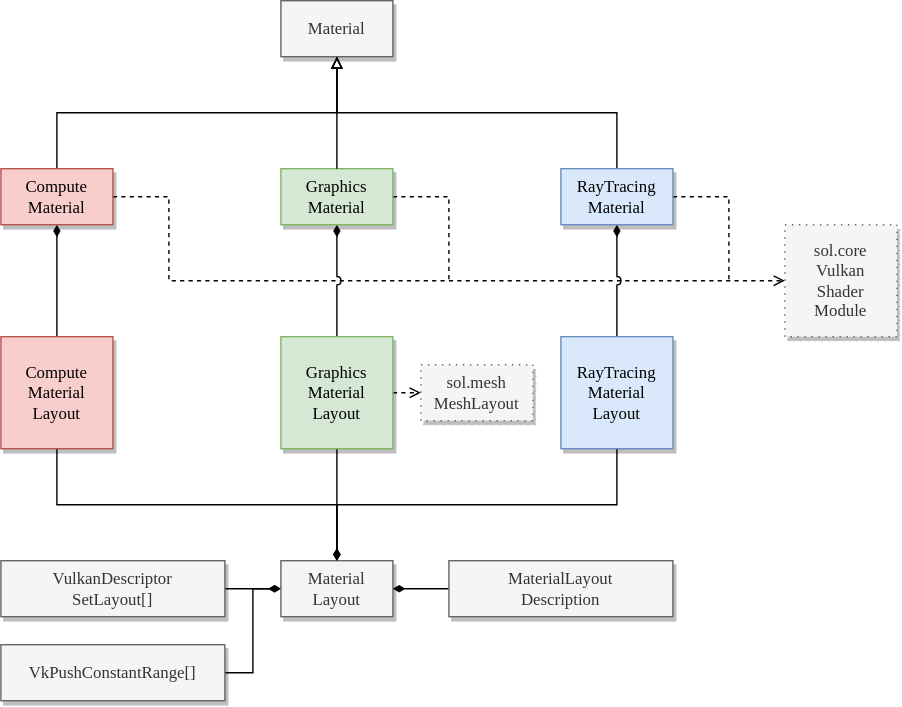
Above: _static/images/material/material_class_diagram.svg in TimZoet/SOL-manual (draw.io), before the change. Source tidied: cells renumbered, new cells last; positions are measured from the earlier drawing's top-left corner, leaving out a move shared by most shapes.
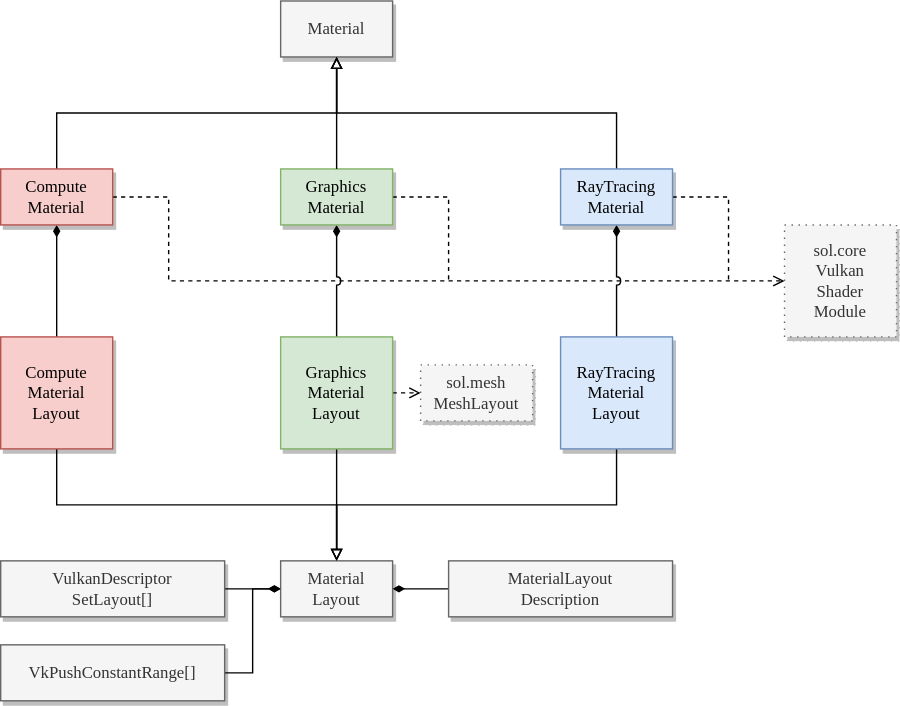
After the commit.

The edit, as a diff of the source:
```diff
@@ -38,7 +38,7 @@
     <mxCell id="10" value="RayTracing&lt;br&gt;Material" style="rounded=0;whiteSpace=wrap;html=1;shadow=1;fontFamily=Lucida Console;fillColor=#dae8fc;strokeColor=#6c8ebf;" parent="1" vertex="1">
       <mxGeometry x="400" y="120" width="80" height="40" as="geometry" />
     </mxCell>
-    <mxCell id="11" style="edgeStyle=orthogonalEdgeStyle;rounded=0;jumpStyle=none;html=1;exitX=0.5;exitY=1;exitDx=0;exitDy=0;entryX=0.5;entryY=0;entryDx=0;entryDy=0;fontFamily=Lucida Console;startArrow=none;startFill=0;endArrow=diamondThin;endFill=1;" parent="1" edge="1" source="23" target="13">
+    <mxCell id="11" style="edgeStyle=orthogonalEdgeStyle;rounded=0;jumpStyle=none;html=1;exitX=0.5;exitY=1;exitDx=0;exitDy=0;entryX=0.5;entryY=0;entryDx=0;entryDy=0;fontFamily=Lucida Console;startArrow=none;startFill=0;endArrow=block;endFill=0;" parent="1" edge="1" source="23" target="13">
       <mxGeometry relative="1" as="geometry" />
     </mxCell>
     <mxCell id="12" style="edgeStyle=orthogonalEdgeStyle;rounded=0;jumpStyle=none;html=1;exitX=1;exitY=0.5;exitDx=0;exitDy=0;entryX=0;entryY=0.5;entryDx=0;entryDy=0;fontFamily=Lucida Console;startArrow=none;startFill=0;endArrow=diamondThin;endFill=1;" parent="1" edge="1" source="27" target="13">
@@ -47,7 +47,7 @@
     <mxCell id="13" value="Material&lt;br&gt;Layout" style="rounded=0;whiteSpace=wrap;html=1;shadow=1;fontFamily=Lucida Console;fillColor=#f5f5f5;fontColor=#333333;strokeColor=#666666;" parent="1" vertex="1">
       <mxGeometry x="200" y="400" width="80" height="40" as="geometry" />
     </mxCell>
-    <mxCell id="14" style="edgeStyle=orthogonalEdgeStyle;rounded=0;jumpStyle=none;html=1;exitX=0.5;exitY=1;exitDx=0;exitDy=0;entryX=0.5;entryY=0;entryDx=0;entryDy=0;fontFamily=Lucida Console;startArrow=none;startFill=0;endArrow=diamondThin;endFill=1;" parent="1" edge="1" source="15" target="13">
+    <mxCell id="14" style="edgeStyle=orthogonalEdgeStyle;rounded=0;jumpStyle=none;html=1;exitX=0.5;exitY=1;exitDx=0;exitDy=0;entryX=0.5;entryY=0;entryDx=0;entryDy=0;fontFamily=Lucida Console;startArrow=none;startFill=0;endArrow=block;endFill=0;" parent="1" edge="1" source="15" target="13">
       <mxGeometry relative="1" as="geometry" />
     </mxCell>
     <mxCell id="15" value="Compute&lt;br&gt;Material&lt;br&gt;Layout" style="rounded=0;shadow=1;fontFamily=Lucida Console;fillColor=#f8cecc;strokeColor=#b85450;align=center;html=1;whiteSpace=wrap;" parent="1" vertex="1">
@@ -79,7 +79,7 @@
     <mxCell id="23" value="Graphics&lt;br&gt;Material&lt;br&gt;Layout" style="rounded=0;whiteSpace=wrap;html=1;shadow=1;fontFamily=Lucida Console;fillColor=#d5e8d4;strokeColor=#82b366;verticalAlign=middle;" parent="1" vertex="1">
       <mxGeometry x="200" y="240" width="80" height="80" as="geometry" />
     </mxCell>
-    <mxCell id="24" style="edgeStyle=orthogonalEdgeStyle;rounded=0;jumpStyle=none;html=1;exitX=0.5;exitY=1;exitDx=0;exitDy=0;entryX=0.5;entryY=0;entryDx=0;entryDy=0;fontFamily=Lucida Console;startArrow=none;startFill=0;endArrow=diamondThin;endFill=1;" parent="1" edge="1" source="25" target="13">
+    <mxCell id="24" style="edgeStyle=orthogonalEdgeStyle;rounded=0;jumpStyle=none;html=1;exitX=0.5;exitY=1;exitDx=0;exitDy=0;entryX=0.5;entryY=0;entryDx=0;entryDy=0;fontFamily=Lucida Console;startArrow=none;startFill=0;endArrow=block;endFill=0;" parent="1" edge="1" source="25" target="13">
       <mxGeometry relative="1" as="geometry" />
     </mxCell>
     <mxCell id="25" value="RayTracing&lt;br&gt;Material&lt;br&gt;Layout" style="rounded=0;whiteSpace=wrap;html=1;shadow=1;fontFamily=Lucida Console;fillColor=#dae8fc;strokeColor=#6c8ebf;" parent="1" vertex="1">
```
